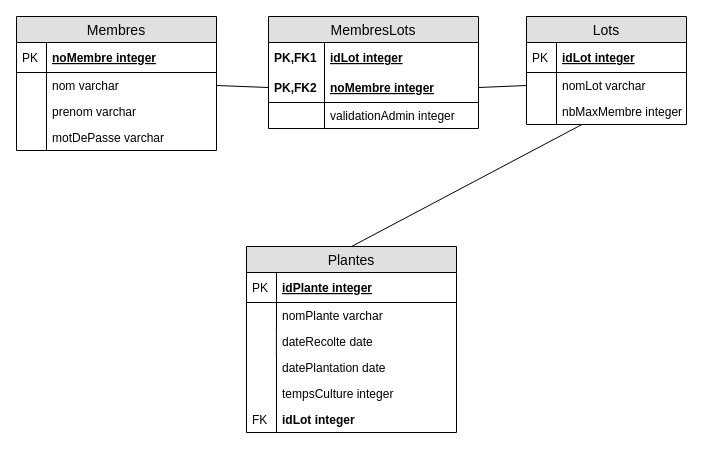
This is page "Page-2" (2 of 2) of Diagrammes/relationnel.drawio from mintchilli/ift287_tp2, a draw.io file, before an edit. Source tidied: cells renumbered, new cells numbered last; positions are measured from the earlier drawing's top-left corner, leaving out a move shared by most shapes. Both pictures are drawn from the tidied source at 100%, with x=0, y=0 at pixel (16, 16).
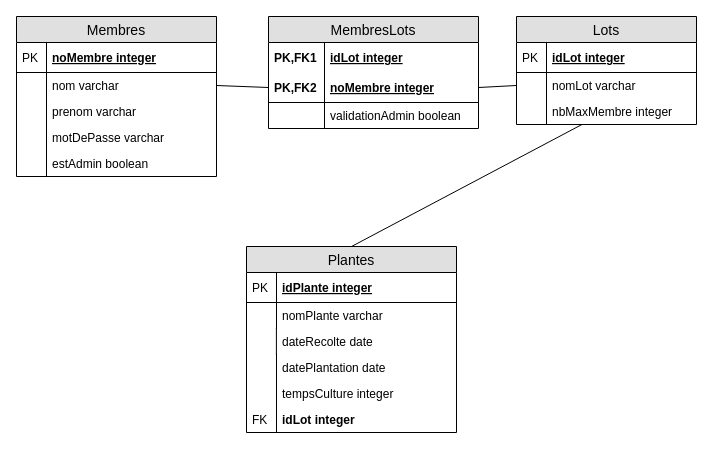
After the change.

The change refers to these unchanged cells:
```xml
<mxCell id="22" value="MembresLots" style="swimlane;fontStyle=0;horizontal=1;startSize=26;fillColor=#e0e0e0;swimlaneFillColor=#ffffff;align=center;fontSize=14;" parent="1" vertex="1">
  <mxGeometry x="252" width="210" height="112" as="geometry" />
</mxCell>
```

The edit, as a diff of the source:
```diff
@@
     <mxCell id="2" value="Membres" style="swimlane;fontStyle=0;horizontal=1;startSize=26;fillColor=#e0e0e0;swimlaneFillColor=#ffffff;align=center;fontSize=14;" parent="1" vertex="1">
-      <mxGeometry width="200" height="134" as="geometry" />
+      <mxGeometry width="200" height="160" as="geometry" />
     </mxCell>
@@
+    <mxCell id="47" value="estAdmin boolean" style="shape=partialRectangle;top=0;left=0;right=0;bottom=0;align=left;verticalAlign=top;fillColor=none;spacingLeft=34;spacingRight=4;overflow=hidden;fontSize=12;" parent="2" vertex="1">
+      <mxGeometry y="134" width="200" height="26" as="geometry" />
+    </mxCell>
+    <mxCell id="48" style="shape=partialRectangle;top=0;left=0;bottom=0;fillColor=none;align=left;verticalAlign=top;spacingLeft=4;spacingRight=4;overflow=hidden;fontSize=12;" parent="47" vertex="1">
+      <mxGeometry width="30" height="26" as="geometry" />
+    </mxCell>
     <mxCell id="11" style="shape=partialRectangle;top=0;left=0;right=0;bottom=0;align=left;verticalAlign=top;fillColor=none;spacingLeft=34;spacingRight=4;overflow=hidden;fontSize=12;" parent="2" vertex="1">
-      <mxGeometry y="134" width="200" as="geometry" />
+      <mxGeometry y="160" width="200" as="geometry" />
     </mxCell>
@@
     <mxCell id="13" value="Lots" style="swimlane;fontStyle=0;horizontal=1;startSize=26;fillColor=#e0e0e0;swimlaneFillColor=#ffffff;align=center;fontSize=14;" parent="1" vertex="1">
-      <mxGeometry x="510" width="160" height="108" as="geometry" />
+      <mxGeometry x="500" width="180" height="108" as="geometry" />
     </mxCell>
     <mxCell id="14" value="idLot integer" style="shape=partialRectangle;top=0;left=0;right=0;bottom=1;align=left;verticalAlign=middle;fillColor=none;spacingLeft=34;spacingRight=4;overflow=hidden;fontStyle=5;fontSize=12;" parent="13" vertex="1">
-      <mxGeometry y="26" width="160" height="30" as="geometry" />
+      <mxGeometry y="26" width="180" height="30" as="geometry" />
     </mxCell>
@@
     <mxCell id="16" value="nomLot varchar" style="shape=partialRectangle;top=0;left=0;right=0;bottom=0;align=left;verticalAlign=top;fillColor=none;spacingLeft=34;spacingRight=4;overflow=hidden;points=[[0,0.5],[1,0.5]];portConstraint=eastwest;fontSize=12;" parent="13" vertex="1">
-      <mxGeometry y="56" width="160" height="26" as="geometry" />
+      <mxGeometry y="56" width="180" height="26" as="geometry" />
     </mxCell>
@@
     <mxCell id="18" value="nbMaxMembre integer" style="shape=partialRectangle;top=0;left=0;right=0;bottom=0;align=left;verticalAlign=top;fillColor=none;spacingLeft=34;spacingRight=4;overflow=hidden;points=[[0,0.5],[1,0.5]];portConstraint=eastwest;fontSize=12;" parent="13" vertex="1">
-      <mxGeometry y="82" width="160" height="26" as="geometry" />
+      <mxGeometry y="82" width="180" height="26" as="geometry" />
     </mxCell>
@@
     <mxCell id="20" style="shape=partialRectangle;top=0;left=0;right=0;bottom=0;align=left;verticalAlign=top;fillColor=none;spacingLeft=34;spacingRight=4;overflow=hidden;fontSize=12;" parent="13" vertex="1">
-      <mxGeometry y="108" width="160" as="geometry" />
+      <mxGeometry y="108" width="180" as="geometry" />
     </mxCell>
@@
-    <mxCell id="27" value="validationAdmin integer" style="shape=partialRectangle;top=0;left=0;right=0;bottom=0;align=left;verticalAlign=top;fillColor=none;spacingLeft=60;spacingRight=4;overflow=hidden;fontSize=12;" parent="22" vertex="1">
+    <mxCell id="27" value="validationAdmin boolean" style="shape=partialRectangle;top=0;left=0;right=0;bottom=0;align=left;verticalAlign=top;fillColor=none;spacingLeft=60;spacingRight=4;overflow=hidden;fontSize=12;" parent="22" vertex="1">
       <mxGeometry y="86" width="210" height="26" as="geometry" />
     </mxCell>
```
